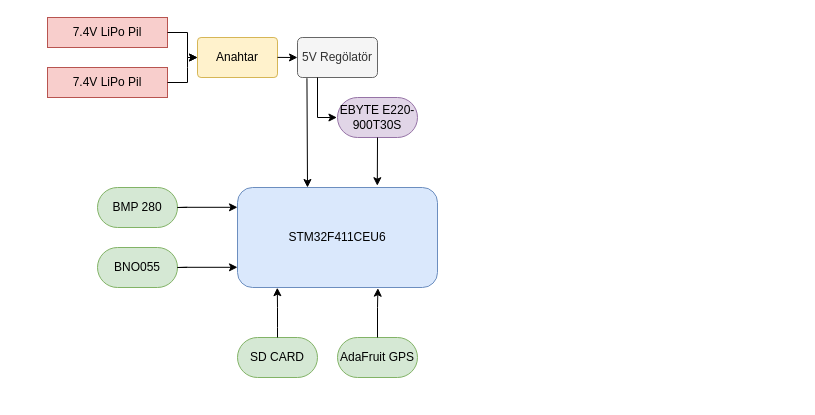
Earlier version of the draw.io diagram Başlıksız Diyagram.drawio (cemmgrgn/cemgirgin.github.io). Source tidied: cells renumbered, new cells numbered last; positions are measured from the earlier drawing's top-left corner, leaving out a move shared by most shapes. Both pictures are drawn from the tidied source at 100%, with x=0, y=0 at pixel (47, 17).
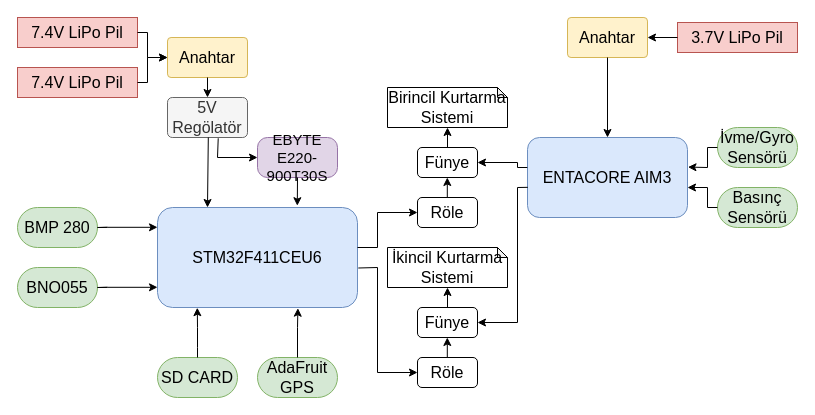
The same page after the edit.

The edit, as a diff of the source:
```diff
@@
-    <mxCell id="2" value="7.4V LiPo Pil" style="rounded=1;whiteSpace=wrap;html=1;arcSize=0;fillColor=#f8cecc;strokeColor=#b85450;" parent="1" vertex="1">
-      <mxGeometry y="50" width="120" height="30" as="geometry" />
+    <mxCell id="2" value="7.4V LiPo Pil" style="rounded=1;whiteSpace=wrap;html=1;arcSize=0;fillColor=#f8cecc;strokeColor=#b85450;fontFamily=Calibri;fontSize=16;" parent="1" vertex="1">
+      <mxGeometry x="-30" y="50" width="120" height="30" as="geometry" />
     </mxCell>
-    <mxCell id="3" value="7.4V LiPo Pil" style="rounded=1;whiteSpace=wrap;html=1;arcSize=0;fillColor=#f8cecc;strokeColor=#b85450;" parent="1" vertex="1">
-      <mxGeometry width="120" height="30" as="geometry" />
+    <mxCell id="3" value="7.4V LiPo Pil" style="rounded=1;whiteSpace=wrap;html=1;arcSize=0;fillColor=#f8cecc;strokeColor=#b85450;fontFamily=Calibri;fontSize=16;" parent="1" vertex="1">
+      <mxGeometry x="-30" width="120" height="30" as="geometry" />
     </mxCell>
-    <mxCell id="4" value="Anahtar" style="rounded=1;whiteSpace=wrap;html=1;arcSize=9;fillColor=#fff2cc;strokeColor=#d6b656;" parent="1" vertex="1">
-      <mxGeometry x="150" y="20" width="80" height="40" as="geometry" />
+    <mxCell id="4" value="Anahtar" style="rounded=1;whiteSpace=wrap;html=1;arcSize=9;fillColor=#fff2cc;strokeColor=#d6b656;fontFamily=Calibri;fontSize=16;" parent="1" vertex="1">
+      <mxGeometry x="120" y="20" width="80" height="40" as="geometry" />
     </mxCell>
-    <mxCell id="5" value="5V Regölatör" style="rounded=1;whiteSpace=wrap;html=1;arcSize=12;fillColor=#f5f5f5;fontColor=#333333;strokeColor=#666666;" parent="1" vertex="1">
-      <mxGeometry x="250" y="20" width="80" height="40" as="geometry" />
+    <mxCell id="5" value="5V Regölatör" style="rounded=1;whiteSpace=wrap;html=1;arcSize=12;fillColor=#f5f5f5;fontColor=#333333;strokeColor=#666666;fontFamily=Calibri;fontSize=16;" parent="1" vertex="1">
+      <mxGeometry x="120" y="80" width="80" height="40" as="geometry" />
     </mxCell>
-    <mxCell id="6" value="STM32F411CEU6" style="rounded=1;whiteSpace=wrap;html=1;fillColor=#dae8fc;strokeColor=#6c8ebf;" parent="1" vertex="1">
-      <mxGeometry x="190" y="170" width="200" height="100" as="geometry" />
+    <mxCell id="6" value="STM32F411CEU6" style="rounded=1;whiteSpace=wrap;html=1;fillColor=#dae8fc;strokeColor=#6c8ebf;fontFamily=Calibri;fontSize=16;" parent="1" vertex="1">
+      <mxGeometry x="110" y="190" width="200" height="100" as="geometry" />
     </mxCell>
-    <mxCell id="7" value="EBYTE E220-900T30S" style="rounded=1;whiteSpace=wrap;html=1;arcSize=50;fillColor=#e1d5e7;strokeColor=#9673a6;" parent="1" vertex="1">
-      <mxGeometry x="290" y="80" width="80" height="40" as="geometry" />
+    <mxCell id="7" value="EBYTE E220-900T30S" style="rounded=1;whiteSpace=wrap;html=1;arcSize=25;fillColor=#e1d5e7;strokeColor=#9673a6;fontFamily=Calibri;fontSize=15;" parent="1" vertex="1">
+      <mxGeometry x="210" y="120" width="80" height="40" as="geometry" />
     </mxCell>
-    <mxCell id="8" value="BMP 280" style="rounded=1;whiteSpace=wrap;html=1;arcSize=50;fillColor=#d5e8d4;strokeColor=#82b366;" parent="1" vertex="1">
-      <mxGeometry x="50" y="170" width="80" height="40" as="geometry" />
+    <mxCell id="8" value="BMP 280" style="rounded=1;whiteSpace=wrap;html=1;arcSize=50;fillColor=#d5e8d4;strokeColor=#82b366;fontFamily=Calibri;fontSize=16;" parent="1" vertex="1">
+      <mxGeometry x="-30" y="190" width="80" height="40" as="geometry" />
     </mxCell>
-    <mxCell id="9" value="BNO055" style="rounded=1;whiteSpace=wrap;html=1;arcSize=50;fillColor=#d5e8d4;strokeColor=#82b366;" parent="1" vertex="1">
-      <mxGeometry x="50" y="230" width="80" height="40" as="geometry" />
+    <mxCell id="9" value="BNO055" style="rounded=1;whiteSpace=wrap;html=1;arcSize=50;fillColor=#d5e8d4;strokeColor=#82b366;fontFamily=Calibri;fontSize=16;" parent="1" vertex="1">
+      <mxGeometry x="-30" y="250" width="80" height="40" as="geometry" />
     </mxCell>
-    <mxCell id="10" value="SD CARD" style="rounded=1;whiteSpace=wrap;html=1;arcSize=50;fillColor=#d5e8d4;strokeColor=#82b366;" parent="1" vertex="1">
-      <mxGeometry x="190" y="320" width="80" height="40" as="geometry" />
+    <mxCell id="10" value="SD CARD" style="rounded=1;whiteSpace=wrap;html=1;arcSize=50;fillColor=#d5e8d4;strokeColor=#82b366;fontFamily=Calibri;fontSize=16;" parent="1" vertex="1">
+      <mxGeometry x="110" y="340" width="80" height="40" as="geometry" />
     </mxCell>
-    <mxCell id="11" value="AdaFruit GPS" style="rounded=1;whiteSpace=wrap;html=1;arcSize=50;fillColor=#d5e8d4;strokeColor=#82b366;" parent="1" vertex="1">
-      <mxGeometry x="290" y="320" width="80" height="40" as="geometry" />
+    <mxCell id="11" value="AdaFruit GPS" style="rounded=1;whiteSpace=wrap;html=1;arcSize=50;fillColor=#d5e8d4;strokeColor=#82b366;fontFamily=Calibri;fontSize=16;" parent="1" vertex="1">
+      <mxGeometry x="210" y="340" width="80" height="40" as="geometry" />
     </mxCell>
-    <mxCell id="12" style="endArrow=classic;html=1;rounded=0;" parent="1" edge="1">
+    <mxCell id="12" style="endArrow=classic;html=1;rounded=0;fontFamily=Calibri;fontSize=16;" parent="1" edge="1">
       <mxGeometry relative="1" as="geometry">
-        <mxPoint x="140" y="189.8" as="sourcePoint" />
-        <mxPoint x="190" y="189.8" as="targetPoint" />
+        <mxPoint x="60" y="209.8" as="sourcePoint" />
+        <mxPoint x="110" y="209.8" as="targetPoint" />
         <Array as="points">
-          <mxPoint x="130" y="190" />
-          <mxPoint x="140" y="189.8" />
+          <mxPoint x="50" y="210" />
+          <mxPoint x="60" y="209.8" />
         </Array>
       </mxGeometry>
     </mxCell>
-    <mxCell id="13" style="endArrow=classic;html=1;rounded=0;" parent="1" edge="1">
+    <mxCell id="13" style="endArrow=classic;html=1;rounded=0;fontFamily=Calibri;fontSize=16;" parent="1" edge="1">
       <mxGeometry relative="1" as="geometry">
-        <mxPoint x="140" y="249.8" as="sourcePoint" />
-        <mxPoint x="190" y="249.8" as="targetPoint" />
+        <mxPoint x="60" y="269.8" as="sourcePoint" />
+        <mxPoint x="110" y="269.8" as="targetPoint" />
         <Array as="points">
-          <mxPoint x="130" y="250" />
-          <mxPoint x="140" y="249.8" />
+          <mxPoint x="50" y="270" />
+          <mxPoint x="60" y="269.8" />
         </Array>
       </mxGeometry>
     </mxCell>
-    <mxCell id="14" style="endArrow=classic;html=1;rounded=0;entryX=0.199;entryY=1.002;entryDx=0;entryDy=0;entryPerimeter=0;exitX=0.5;exitY=0;exitDx=0;exitDy=0;" parent="1" edge="1" source="10" target="6">
+    <mxCell id="14" style="endArrow=classic;html=1;rounded=0;entryX=0.199;entryY=1.002;entryDx=0;entryDy=0;entryPerimeter=0;exitX=0.5;exitY=0;exitDx=0;exitDy=0;fontFamily=Calibri;fontSize=16;" parent="1" edge="1" source="10" target="6">
       <mxGeometry relative="1" as="geometry">
         <Array as="points">
-          <mxPoint x="230" y="320" />
-          <mxPoint x="230" y="310" />
-          <mxPoint x="230" y="290" />
+          <mxPoint x="150" y="340" />
+          <mxPoint x="150" y="330" />
+          <mxPoint x="150" y="310" />
         </Array>
       </mxGeometry>
     </mxCell>
-    <mxCell id="15" style="endArrow=classic;html=1;rounded=0;entryX=0.702;entryY=1.007;entryDx=0;entryDy=0;entryPerimeter=0;" parent="1" edge="1" target="6">
+    <mxCell id="15" style="endArrow=classic;html=1;rounded=0;entryX=0.702;entryY=1.007;entryDx=0;entryDy=0;entryPerimeter=0;fontFamily=Calibri;fontSize=16;" parent="1" edge="1" target="6">
       <mxGeometry relative="1" as="geometry">
-        <mxPoint x="330" y="320" as="sourcePoint" />
+        <mxPoint x="250" y="340" as="sourcePoint" />
         <Array as="points">
-          <mxPoint x="330" y="320" />
-          <mxPoint x="330" y="290" />
+          <mxPoint x="250" y="340" />
+          <mxPoint x="250" y="310" />
         </Array>
       </mxGeometry>
     </mxCell>
-    <mxCell id="16" style="endArrow=classic;html=1;rounded=0;exitX=0.5;exitY=1;exitDx=0;exitDy=0;entryX=0.699;entryY=-0.018;entryDx=0;entryDy=0;entryPerimeter=0;" parent="1" edge="1" source="7" target="6">
+    <mxCell id="16" style="endArrow=classic;html=1;rounded=0;exitX=0.5;exitY=1;exitDx=0;exitDy=0;entryX=0.699;entryY=-0.018;entryDx=0;entryDy=0;entryPerimeter=0;fontFamily=Calibri;fontSize=16;" parent="1" edge="1" source="7" target="6">
       <mxGeometry relative="1" as="geometry" />
     </mxCell>
-    <mxCell id="17" style="endArrow=classic;html=1;rounded=0;exitX=0.25;exitY=1;exitDx=0;exitDy=0;entryX=-0.007;entryY=0.5;entryDx=0;entryDy=0;entryPerimeter=0;" parent="1" edge="1" source="5" target="7">
+    <mxCell id="17" style="endArrow=classic;html=1;rounded=0;entryX=0;entryY=0.5;entryDx=0;entryDy=0;exitX=0.634;exitY=1.019;exitDx=0;exitDy=0;exitPerimeter=0;fontFamily=Calibri;fontSize=16;" parent="1" edge="1" source="5" target="7">
       <mxGeometry relative="1" as="geometry">
         <Array as="points">
-          <mxPoint x="270" y="100" />
+          <mxPoint x="170" y="140" />
         </Array>
       </mxGeometry>
     </mxCell>
-    <mxCell id="18" style="endArrow=classic;html=1;rounded=0;entryX=0.304;entryY=-0.016;entryDx=0;entryDy=0;entryPerimeter=0;exitX=0.118;exitY=1.017;exitDx=0;exitDy=0;exitPerimeter=0;" parent="1" edge="1" source="5">
-      <mxGeometry relative="1" as="geometry">
-        <mxPoint x="260" y="170" as="targetPoint" />
-      </mxGeometry>
+    <mxCell id="18" style="endArrow=classic;html=1;rounded=0;exitX=0.51;exitY=0.999;exitDx=0;exitDy=0;exitPerimeter=0;entryX=0.25;entryY=0;entryDx=0;entryDy=0;fontFamily=Calibri;fontSize=16;" parent="1" edge="1" source="5" target="6">
+      <mxGeometry relative="1" as="geometry" />
     </mxCell>
-    <mxCell id="19" style="endArrow=classic;html=1;rounded=0;exitX=1;exitY=0.5;exitDx=0;exitDy=0;entryX=0;entryY=0.5;entryDx=0;entryDy=0;" parent="1" edge="1" source="2" target="4">
+    <mxCell id="19" style="endArrow=classic;html=1;rounded=0;exitX=1;exitY=0.5;exitDx=0;exitDy=0;entryX=0;entryY=0.5;entryDx=0;entryDy=0;fontFamily=Calibri;fontSize=16;" parent="1" edge="1" source="2" target="4">
       <mxGeometry relative="1" as="geometry">
         <Array as="points">
-          <mxPoint x="140" y="65" />
-          <mxPoint x="140" y="50" />
-          <mxPoint x="140" y="40" />
+          <mxPoint x="100" y="65" />
+          <mxPoint x="100" y="40" />
         </Array>
       </mxGeometry>
     </mxCell>
-    <mxCell id="20" style="endArrow=classic;html=1;rounded=0;exitX=1;exitY=0.5;exitDx=0;exitDy=0;" parent="1" edge="1" source="3">
+    <mxCell id="20" style="endArrow=classic;html=1;rounded=0;exitX=1;exitY=0.5;exitDx=0;exitDy=0;fontFamily=Calibri;fontSize=16;" parent="1" edge="1" source="3">
       <mxGeometry relative="1" as="geometry">
-        <mxPoint x="150" y="40" as="targetPoint" />
+        <mxPoint x="120" y="40" as="targetPoint" />
         <Array as="points">
-          <mxPoint x="140" y="15" />
-          <mxPoint x="140" y="40" />
+          <mxPoint x="100" y="15" />
+          <mxPoint x="100" y="40" />
         </Array>
       </mxGeometry>
     </mxCell>
-    <mxCell id="21" style="endArrow=classic;html=1;rounded=0;" parent="1" edge="1">
-      <mxGeometry relative="1" as="geometry">
-        <mxPoint x="230" y="39.9" as="sourcePoint" />
-        <mxPoint x="250" y="40" as="targetPoint" />
-      </mxGeometry>
+    <mxCell id="21" style="endArrow=classic;html=1;rounded=0;entryX=0.5;entryY=0;entryDx=0;entryDy=0;exitX=0.5;exitY=1;exitDx=0;exitDy=0;fontFamily=Calibri;fontSize=16;" parent="1" edge="1" source="4" target="5">
+      <mxGeometry relative="1" as="geometry" />
     </mxCell>
+    <mxCell id="22" value="Birincil Kurtarma Sistemi" style="shape=note;whiteSpace=wrap;html=1;backgroundOutline=1;darkOpacity=0.05;rotation=0;size=10;strokeColor=default;verticalAlign=middle;fontFamily=Calibri;fontSize=16;" parent="1" vertex="1">
+      <mxGeometry x="340" y="70" width="120" height="40" as="geometry" />
+    </mxCell>
+    <mxCell id="23" value="Fünye" style="rounded=1;whiteSpace=wrap;html=1;fontFamily=Calibri;fontSize=16;" parent="1" vertex="1">
+      <mxGeometry x="370" y="130" width="60" height="30" as="geometry" />
+    </mxCell>
+    <mxCell id="24" value="Röle" style="rounded=1;whiteSpace=wrap;html=1;fontFamily=Calibri;fontSize=16;" parent="1" vertex="1">
+      <mxGeometry x="370" y="180" width="60" height="30" as="geometry" />
+    </mxCell>
+    <mxCell id="25" style="endArrow=classic;html=1;rounded=0;entryX=0.5;entryY=1;entryDx=0;entryDy=0;entryPerimeter=0;exitX=0.5;exitY=0;exitDx=0;exitDy=0;fontFamily=Calibri;fontSize=16;" parent="1" edge="1" source="23" target="22">
+      <mxGeometry relative="1" as="geometry" />
+    </mxCell>
+    <mxCell id="26" style="endArrow=classic;html=1;rounded=0;entryX=0.5;entryY=1;entryDx=0;entryDy=0;entryPerimeter=0;exitX=0.5;exitY=0;exitDx=0;exitDy=0;fontFamily=Calibri;fontSize=16;" parent="1" edge="1">
+      <mxGeometry relative="1" as="geometry">
+        <mxPoint x="399.8" y="180" as="sourcePoint" />
+        <mxPoint x="399.8" y="160" as="targetPoint" />
+      </mxGeometry>
+    </mxCell>
+    <mxCell id="27" value="İkincil Kurtarma Sistemi" style="shape=note;whiteSpace=wrap;html=1;backgroundOutline=1;darkOpacity=0.05;rotation=0;size=10;strokeColor=default;verticalAlign=middle;fontFamily=Calibri;fontSize=16;" parent="1" vertex="1">
+      <mxGeometry x="340" y="230" width="120" height="40" as="geometry" />
+    </mxCell>
+    <mxCell id="28" value="Fünye" style="rounded=1;whiteSpace=wrap;html=1;fontFamily=Calibri;fontSize=16;" parent="1" vertex="1">
+      <mxGeometry x="370" y="290" width="60" height="30" as="geometry" />
+    </mxCell>
+    <mxCell id="29" value="Röle" style="rounded=1;whiteSpace=wrap;html=1;fontFamily=Calibri;fontSize=16;" parent="1" vertex="1">
+      <mxGeometry x="370" y="340" width="60" height="30" as="geometry" />
+    </mxCell>
+    <mxCell id="30" style="endArrow=classic;html=1;rounded=0;entryX=0.5;entryY=1;entryDx=0;entryDy=0;entryPerimeter=0;exitX=0.5;exitY=0;exitDx=0;exitDy=0;fontFamily=Calibri;fontSize=16;" parent="1" edge="1" source="28" target="27">
+      <mxGeometry relative="1" as="geometry" />
+    </mxCell>
+    <mxCell id="31" style="endArrow=classic;html=1;rounded=0;entryX=0.5;entryY=1;entryDx=0;entryDy=0;entryPerimeter=0;exitX=0.5;exitY=0;exitDx=0;exitDy=0;fontFamily=Calibri;fontSize=16;" parent="1" edge="1">
+      <mxGeometry relative="1" as="geometry">
+        <mxPoint x="399.8" y="340" as="sourcePoint" />
+        <mxPoint x="399.8" y="320" as="targetPoint" />
+      </mxGeometry>
+    </mxCell>
+    <mxCell id="32" style="endArrow=classic;html=1;rounded=0;exitX=1.004;exitY=0.605;exitDx=0;exitDy=0;exitPerimeter=0;entryX=0;entryY=0.5;entryDx=0;entryDy=0;fontFamily=Calibri;fontSize=16;" parent="1" edge="1" source="6" target="29">
+      <mxGeometry relative="1" as="geometry">
+        <Array as="points">
+          <mxPoint x="330" y="250" />
+          <mxPoint x="330" y="355" />
+        </Array>
+      </mxGeometry>
+    </mxCell>
+    <mxCell id="33" style="endArrow=classic;html=1;rounded=0;entryX=0;entryY=0.5;entryDx=0;entryDy=0;fontFamily=Calibri;fontSize=16;" parent="1" edge="1" target="24">
+      <mxGeometry relative="1" as="geometry">
+        <mxPoint x="310" y="230" as="sourcePoint" />
+        <Array as="points">
+          <mxPoint x="330" y="230" />
+          <mxPoint x="330" y="195" />
+        </Array>
+      </mxGeometry>
+    </mxCell>
+    <mxCell id="34" value="3.7V LiPo Pil" style="rounded=1;whiteSpace=wrap;html=1;arcSize=0;fillColor=#f8cecc;strokeColor=#b85450;fontFamily=Calibri;fontSize=16;" parent="1" vertex="1">
+      <mxGeometry x="630" y="5" width="120" height="30" as="geometry" />
+    </mxCell>
+    <mxCell id="35" value="Anahtar" style="rounded=1;whiteSpace=wrap;html=1;arcSize=9;fillColor=#fff2cc;strokeColor=#d6b656;fontFamily=Calibri;fontSize=16;" parent="1" vertex="1">
+      <mxGeometry x="520" width="80" height="40" as="geometry" />
+    </mxCell>
+    <mxCell id="36" value="ENTACORE AIM3" style="rounded=1;whiteSpace=wrap;html=1;fillColor=#dae8fc;strokeColor=#6c8ebf;fontFamily=Calibri;fontSize=16;" parent="1" vertex="1">
+      <mxGeometry x="480" y="120" width="160" height="80" as="geometry" />
+    </mxCell>
+    <mxCell id="37" style="endArrow=classic;html=1;rounded=0;entryX=0.5;entryY=0;entryDx=0;entryDy=0;exitX=0.5;exitY=1;exitDx=0;exitDy=0;fontFamily=Calibri;fontSize=16;" parent="1" edge="1" source="35" target="36">
+      <mxGeometry relative="1" as="geometry" />
+    </mxCell>
+    <mxCell id="38" style="endArrow=classic;html=1;rounded=0;entryX=1;entryY=0.5;entryDx=0;entryDy=0;fontFamily=Calibri;fontSize=16;" parent="1" edge="1" source="34" target="35">
+      <mxGeometry relative="1" as="geometry" />
+    </mxCell>
+    <mxCell id="39" value="İvme/Gyro Sensörü" style="rounded=1;whiteSpace=wrap;html=1;arcSize=50;fillColor=#d5e8d4;strokeColor=#82b366;fontFamily=Calibri;fontSize=16;" parent="1" vertex="1">
+      <mxGeometry x="670" y="110" width="80" height="40" as="geometry" />
+    </mxCell>
+    <mxCell id="40" value="Basınç Sensörü" style="rounded=1;whiteSpace=wrap;html=1;arcSize=50;fillColor=#d5e8d4;strokeColor=#82b366;fontFamily=Calibri;fontSize=16;" parent="1" vertex="1">
+      <mxGeometry x="670" y="170" width="80" height="40" as="geometry" />
+    </mxCell>
+    <mxCell id="41" style="endArrow=classic;html=1;rounded=0;exitX=0;exitY=0.5;exitDx=0;exitDy=0;entryX=1.006;entryY=0.611;entryDx=0;entryDy=0;entryPerimeter=0;fontFamily=Calibri;fontSize=16;" parent="1" edge="1" source="40">
+      <mxGeometry relative="1" as="geometry">
+        <mxPoint x="640" y="170" as="targetPoint" />
+        <Array as="points">
+          <mxPoint x="660" y="190" />
+          <mxPoint x="660" y="170" />
+        </Array>
+      </mxGeometry>
+    </mxCell>
+    <mxCell id="42" style="endArrow=classic;html=1;rounded=0;entryX=1.003;entryY=0.37;entryDx=0;entryDy=0;entryPerimeter=0;exitX=0;exitY=0.5;exitDx=0;exitDy=0;fontFamily=Calibri;fontSize=16;" parent="1" edge="1" source="39" target="36">
+      <mxGeometry relative="1" as="geometry">
+        <Array as="points">
+          <mxPoint x="660" y="130" />
+          <mxPoint x="660" y="150" />
+        </Array>
+      </mxGeometry>
+    </mxCell>
+    <mxCell id="43" style="endArrow=classic;html=1;rounded=0;exitX=-0.001;exitY=0.375;exitDx=0;exitDy=0;exitPerimeter=0;" parent="1" edge="1" source="36">
+      <mxGeometry relative="1" as="geometry">
+        <mxPoint x="430" y="145" as="targetPoint" />
+        <Array as="points">
+          <mxPoint x="470" y="150" />
+          <mxPoint x="470" y="145" />
+        </Array>
+      </mxGeometry>
+    </mxCell>
+    <mxCell id="44" style="endArrow=classic;html=1;rounded=0;exitX=0.002;exitY=0.623;exitDx=0;exitDy=0;exitPerimeter=0;entryX=1;entryY=0.5;entryDx=0;entryDy=0;" parent="1" edge="1" source="36" target="28">
+      <mxGeometry relative="1" as="geometry">
+        <Array as="points">
+          <mxPoint x="470" y="170" />
+          <mxPoint x="470" y="305" />
+        </Array>
+      </mxGeometry>
+    </mxCell>
```
